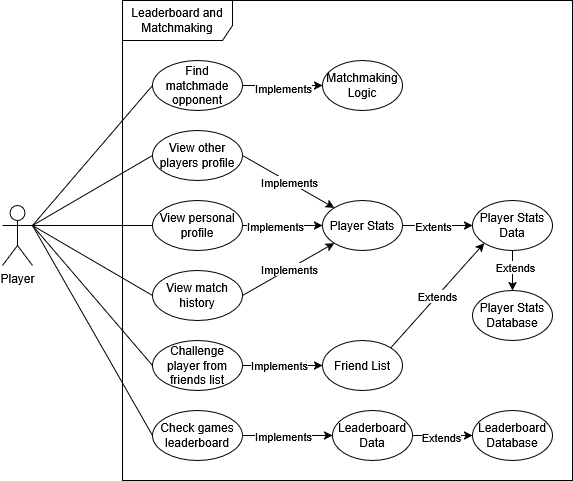
The draw.io diagram Leaderboard and Matchmaking Team Files/LeaderBoardAndMatchmakingUseCaseDiagram.png in kelsierfin/BasicGamingPlatform, before a commit. Source tidied: cells renumbered, new cells last; positions are measured from the earlier drawing's top-left corner, leaving out a move shared by most shapes.
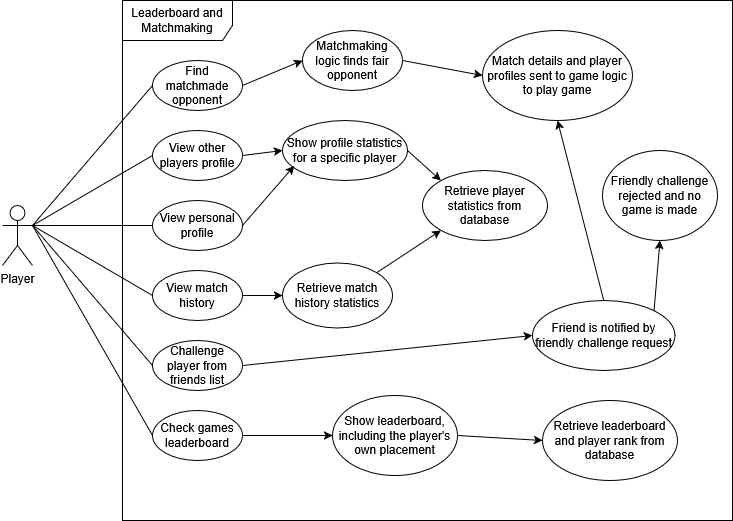
Above is the later version.

Commit message:
Edited the leaderboard and matchmaking use case diagram draw.io files

Diff of the diagram source:
```diff
@@ -3,7 +3,7 @@
     <mxCell id="0" />
     <mxCell id="1" parent="0" />
     <mxCell id="2" value="Leaderboard and Matchmaking" style="shape=umlFrame;whiteSpace=wrap;html=1;width=110;height=40;" parent="1" vertex="1">
-      <mxGeometry x="120" width="450" height="480" as="geometry" />
+      <mxGeometry x="120" width="610" height="520" as="geometry" />
     </mxCell>
     <mxCell id="3" style="rounded=0;jettySize=auto;html=1;exitX=1;exitY=0.3333333333333333;exitDx=0;exitDy=0;exitPerimeter=0;entryX=0;entryY=0.5;entryDx=0;entryDy=0;endArrow=none;startFill=0;" parent="1" edge="1" source="9" target="12">
       <mxGeometry relative="1" as="geometry" />
@@ -26,23 +26,9 @@
     <mxCell id="9" value="Player" style="shape=umlActor;verticalLabelPosition=bottom;verticalAlign=top;html=1;" parent="1" vertex="1">
       <mxGeometry y="205" width="30" height="60" as="geometry" />
     </mxCell>
-    <mxCell id="10" style="edgeStyle=orthogonalEdgeStyle;rounded=0;jettySize=auto;html=1;exitX=1;exitY=0.5;exitDx=0;exitDy=0;entryX=0;entryY=0.5;entryDx=0;entryDy=0;" parent="1" edge="1" source="12" target="22">
-      <mxGeometry relative="1" as="geometry" />
-    </mxCell>
-    <mxCell id="11" value="Implements" style="edgeLabel;html=1;align=center;verticalAlign=middle;" parent="10" vertex="1">
-      <mxGeometry y="-2" relative="1" as="geometry" />
-    </mxCell>
     <mxCell id="12" value="Find matchmade opponent" style="ellipse;whiteSpace=wrap;html=1;" parent="1" vertex="1">
       <mxGeometry x="150" y="60" width="90" height="50" as="geometry" />
     </mxCell>
-    <mxCell id="13" style="edgeStyle=orthogonalEdgeStyle;rounded=0;jettySize=auto;html=1;exitX=1;exitY=0.5;exitDx=0;exitDy=0;entryX=0;entryY=0.5;entryDx=0;entryDy=0;" parent="1" edge="1" source="15" target="25">
-      <mxGeometry relative="1" as="geometry" />
-    </mxCell>
-    <mxCell id="14" value="Implements" style="edgeLabel;html=1;align=center;verticalAlign=middle;" parent="13" vertex="1">
-      <mxGeometry x="0.11" y="4" relative="1" as="geometry">
-        <mxPoint x="-10" y="4" as="offset" />
-      </mxGeometry>
-    </mxCell>
     <mxCell id="15" value="Check games leaderboard&lt;span style=&quot;color: rgba(0, 0, 0, 0); font-family: monospace; font-size: 0px; text-align: start; text-wrap-mode: nowrap;&quot;&gt;%3CmxGraphModel%3E%3Croot%3E%3CmxCell%20id%3D%220%22%2F%3E%3CmxCell%20id%3D%221%22%20parent%3D%220%22%2F%3E%3CmxCell%20id%3D%222%22%20value%3D%22login%22%20style%3D%22ellipse%3BwhiteSpace%3Dwrap%3Bhtml%3D1%3B%22%20vertex%3D%221%22%20parent%3D%221%22%3E%3CmxGeometry%20x%3D%22420%22%20y%3D%22320%22%20width%3D%2290%22%20height%3D%2250%22%20as%3D%22geometry%22%2F%3E%3C%2FmxCell%3E%3C%2Froot%3E%3C%2FmxGraphModel%3E&lt;/span&gt;&lt;span style=&quot;color: rgba(0, 0, 0, 0); font-family: monospace; font-size: 0px; text-align: start; text-wrap-mode: nowrap;&quot;&gt;%3CmxGraphModel%3E%3Croot%3E%3CmxCell%20id%3D%220%22%2F%3E%3CmxCell%20id%3D%221%22%20parent%3D%220%22%2F%3E%3CmxCell%20id%3D%222%22%20value%3D%22login%22%20style%3D%22ellipse%3BwhiteSpace%3Dwrap%3Bhtml%3D1%3B%22%20vertex%3D%221%22%20parent%3D%221%22%3E%3CmxGeometry%20x%3D%22420%22%20y%3D%22320%22%20width%3D%2290%22%20height%3D%2250%22%20as%3D%22geometry%22%2F%3E%3C%2FmxCell%3E%3C%2Froot%3E%3C%2FmxGraphModel%3E&lt;/span&gt;" style="ellipse;whiteSpace=wrap;html=1;" parent="1" vertex="1">
       <mxGeometry x="150" y="410" width="90" height="50" as="geometry" />
     </mxCell>
@@ -55,79 +41,71 @@
     <mxCell id="18" value="Challenge player from friends list" style="ellipse;whiteSpace=wrap;html=1;" parent="1" vertex="1">
       <mxGeometry x="150" y="340" width="90" height="50" as="geometry" />
     </mxCell>
-    <mxCell id="19" style="edgeStyle=orthogonalEdgeStyle;rounded=0;jettySize=auto;html=1;exitX=1;exitY=0.5;exitDx=0;exitDy=0;entryX=0;entryY=0.5;entryDx=0;entryDy=0;" parent="1" edge="1" source="21" target="28">
-      <mxGeometry relative="1" as="geometry" />
-    </mxCell>
-    <mxCell id="20" value="Implements" style="edgeLabel;html=1;align=center;verticalAlign=middle;" parent="19" vertex="1">
-      <mxGeometry x="-0.2" relative="1" as="geometry" />
-    </mxCell>
     <mxCell id="21" value="View personal profile" style="ellipse;whiteSpace=wrap;html=1;" parent="1" vertex="1">
       <mxGeometry x="150" y="200" width="90" height="50" as="geometry" />
     </mxCell>
-    <mxCell id="22" value="Matchmaking Logic" style="ellipse;whiteSpace=wrap;html=1;" parent="1" vertex="1">
-      <mxGeometry x="320" y="60" width="80" height="50" as="geometry" />
+    <mxCell id="22" value="Matchmaking logic finds fair opponent" style="ellipse;whiteSpace=wrap;html=1;" parent="1" vertex="1">
+      <mxGeometry x="300" y="30" width="100" height="60" as="geometry" />
     </mxCell>
-    <mxCell id="23" style="edgeStyle=orthogonalEdgeStyle;rounded=0;jettySize=auto;html=1;exitX=1;exitY=0.5;exitDx=0;exitDy=0;entryX=0;entryY=0.5;entryDx=0;entryDy=0;" parent="1" edge="1" source="25" target="32">
-      <mxGeometry relative="1" as="geometry" />
-    </mxCell>
-    <mxCell id="24" value="Extends" style="edgeLabel;html=1;align=center;verticalAlign=middle;" parent="23" vertex="1">
-      <mxGeometry x="-0.06" y="-1" relative="1" as="geometry" />
-    </mxCell>
-    <mxCell id="25" value="&lt;div&gt;Leaderboard Data&lt;/div&gt;" style="ellipse;whiteSpace=wrap;html=1;" parent="1" vertex="1">
-      <mxGeometry x="330" y="410" width="80" height="50" as="geometry" />
-    </mxCell>
-    <mxCell id="26" style="edgeStyle=orthogonalEdgeStyle;rounded=0;jettySize=auto;html=1;exitX=1;exitY=0.5;exitDx=0;exitDy=0;entryX=0;entryY=0.5;entryDx=0;entryDy=0;" parent="1" edge="1" source="28" target="31">
-      <mxGeometry relative="1" as="geometry" />
-    </mxCell>
-    <mxCell id="27" value="&lt;div&gt;Extents&lt;/div&gt;" style="edgeLabel;html=1;align=center;verticalAlign=middle;" parent="26" vertex="1">
-      <mxGeometry x="-0.13" y="-2" relative="1" as="geometry">
-        <mxPoint y="-2" as="offset" />
-      </mxGeometry>
-    </mxCell>
-    <mxCell id="28" value="Player Stats" style="ellipse;whiteSpace=wrap;html=1;" parent="1" vertex="1">
-      <mxGeometry x="320" y="200" width="80" height="50" as="geometry" />
-    </mxCell>
-    <mxCell id="29" style="edgeStyle=orthogonalEdgeStyle;rounded=0;jettySize=auto;html=1;exitX=0.5;exitY=1;exitDx=0;exitDy=0;entryX=0.5;entryY=0;entryDx=0;entryDy=0;" parent="1" edge="1" source="31" target="33">
-      <mxGeometry relative="1" as="geometry" />
-    </mxCell>
-    <mxCell id="30" value="Extends" style="edgeLabel;html=1;align=center;verticalAlign=middle;" parent="29" vertex="1">
-      <mxGeometry x="-0.2" y="2" relative="1" as="geometry" />
-    </mxCell>
-    <mxCell id="31" value="&lt;div&gt;Player Stats Data&lt;/div&gt;" style="ellipse;whiteSpace=wrap;html=1;" parent="1" vertex="1">
-      <mxGeometry x="470" y="200" width="80" height="50" as="geometry" />
-    </mxCell>
-    <mxCell id="32" value="Leaderboard Database" style="ellipse;whiteSpace=wrap;html=1;" parent="1" vertex="1">
-      <mxGeometry x="470" y="410" width="80" height="50" as="geometry" />
-    </mxCell>
-    <mxCell id="33" value="Player Stats Database" style="ellipse;whiteSpace=wrap;html=1;" parent="1" vertex="1">
-      <mxGeometry x="470" y="290" width="80" height="50" as="geometry" />
-    </mxCell>
-    <mxCell id="34" style="endArrow=classic;html=1;rounded=0;exitX=1;exitY=0.5;exitDx=0;exitDy=0;entryX=0;entryY=0;entryDx=0;entryDy=0;" parent="1" edge="1" source="16" target="28">
-      <mxGeometry relative="1" as="geometry" />
-    </mxCell>
-    <mxCell id="35" value="Implements" style="edgeLabel;html=1;align=center;verticalAlign=middle;" parent="34" vertex="1">
-      <mxGeometry relative="1" as="geometry" />
-    </mxCell>
-    <mxCell id="36" style="endArrow=classic;html=1;rounded=0;exitX=1;exitY=0.5;exitDx=0;exitDy=0;entryX=0;entryY=1;entryDx=0;entryDy=0;" parent="1" edge="1" source="17" target="28">
-      <mxGeometry relative="1" as="geometry" />
-    </mxCell>
-    <mxCell id="37" value="&lt;div&gt;Implements&lt;/div&gt;" style="edgeLabel;html=1;align=center;verticalAlign=middle;" parent="36" vertex="1">
-      <mxGeometry relative="1" as="geometry" />
-    </mxCell>
-    <mxCell id="38" value="&lt;div&gt;Friend List&lt;/div&gt;" style="ellipse;whiteSpace=wrap;html=1;" parent="1" vertex="1">
-      <mxGeometry x="320" y="340" width="80" height="50" as="geometry" />
-    </mxCell>
-    <mxCell id="39" style="edgeStyle=orthogonalEdgeStyle;rounded=0;jettySize=auto;html=1;exitX=1;exitY=0.5;exitDx=0;exitDy=0;entryX=0;entryY=0.5;entryDx=0;entryDy=0;" parent="1" edge="1" source="18" target="38">
-      <mxGeometry relative="1" as="geometry" />
-    </mxCell>
-    <mxCell id="40" value="Implements" style="edgeLabel;html=1;align=center;verticalAlign=middle;" parent="39" vertex="1">
-      <mxGeometry x="-0.1" y="1" relative="1" as="geometry" />
-    </mxCell>
-    <mxCell id="41" style="endArrow=classic;html=1;rounded=0;exitX=1;exitY=0;exitDx=0;exitDy=0;entryX=0;entryY=1;entryDx=0;entryDy=0;" parent="1" edge="1" source="38" target="31">
-      <mxGeometry relative="1" as="geometry" />
-    </mxCell>
-    <mxCell id="42" value="Extends" style="edgeLabel;html=1;align=center;verticalAlign=middle;" parent="41" vertex="1">
-      <mxGeometry relative="1" as="geometry" />
-    </mxCell>
+    <mxCell id="10" style="endArrow=classic;html=1;rounded=0;exitX=1;exitY=0.5;exitDx=0;exitDy=0;entryX=0;entryY=0.5;entryDx=0;entryDy=0;" parent="1" edge="1" source="12" target="22">
+      <mxGeometry relative="1" as="geometry" />
+    </mxCell>
+    <mxCell id="43" style="endArrow=classic;html=1;rounded=0;exitX=1;exitY=0.5;exitDx=0;exitDy=0;entryX=0;entryY=0.5;entryDx=0;entryDy=0;" parent="1" edge="1" source="22" target="44">
+      <mxGeometry relative="1" as="geometry" />
+    </mxCell>
+    <mxCell id="44" value="Match details and player profiles sent to game logic to play game" style="ellipse;whiteSpace=wrap;html=1;" parent="1" vertex="1">
+      <mxGeometry x="480" y="30" width="150" height="90" as="geometry" />
+    </mxCell>
+    <mxCell id="45" value="Show profile statistics for a specific player" style="ellipse;whiteSpace=wrap;html=1;" parent="1" vertex="1">
+      <mxGeometry x="280" y="120" width="125" height="60" as="geometry" />
+    </mxCell>
+    <mxCell id="46" style="endArrow=classic;html=1;rounded=0;exitX=1;exitY=0.5;exitDx=0;exitDy=0;entryX=0;entryY=0.5;entryDx=0;entryDy=0;" parent="1" edge="1" source="16" target="45">
+      <mxGeometry relative="1" as="geometry" />
+    </mxCell>
+    <mxCell id="47" style="endArrow=classic;html=1;rounded=0;exitX=1;exitY=0.5;exitDx=0;exitDy=0;entryX=0.093;entryY=0.756;entryDx=0;entryDy=0;entryPerimeter=0;" parent="1" edge="1" source="21" target="45">
+      <mxGeometry relative="1" as="geometry" />
+    </mxCell>
+    <mxCell id="48" value="Retrieve match history statistics" style="ellipse;whiteSpace=wrap;html=1;" parent="1" vertex="1">
+      <mxGeometry x="280" y="262.5" width="110" height="65" as="geometry" />
+    </mxCell>
+    <mxCell id="49" style="endArrow=classic;html=1;rounded=0;entryX=0;entryY=1;entryDx=0;entryDy=0;exitX=1;exitY=0;exitDx=0;exitDy=0;" parent="1" edge="1" source="48" target="51">
+      <mxGeometry relative="1" as="geometry" />
+    </mxCell>
+    <mxCell id="50" style="endArrow=classic;html=1;rounded=0;exitX=1;exitY=0.5;exitDx=0;exitDy=0;entryX=0;entryY=0.5;entryDx=0;entryDy=0;" parent="1" edge="1" source="17" target="48">
+      <mxGeometry relative="1" as="geometry" />
+    </mxCell>
+    <mxCell id="51" value="Retrieve player statistics from database" style="ellipse;whiteSpace=wrap;html=1;" parent="1" vertex="1">
+      <mxGeometry x="420" y="170" width="125" height="70" as="geometry" />
+    </mxCell>
+    <mxCell id="52" style="endArrow=classic;html=1;rounded=0;exitX=1;exitY=0.5;exitDx=0;exitDy=0;entryX=0;entryY=0;entryDx=0;entryDy=0;" parent="1" edge="1" source="45" target="51">
+      <mxGeometry relative="1" as="geometry" />
+    </mxCell>
+    <mxCell id="53" value="Friend is notified by friendly challenge request" style="ellipse;whiteSpace=wrap;html=1;" parent="1" vertex="1">
+      <mxGeometry x="530" y="300" width="142.5" height="70" as="geometry" />
+    </mxCell>
+    <mxCell id="54" style="endArrow=classic;html=1;rounded=0;exitX=1;exitY=0.5;exitDx=0;exitDy=0;entryX=0;entryY=0.5;entryDx=0;entryDy=0;" parent="1" edge="1" source="18" target="53">
+      <mxGeometry relative="1" as="geometry" />
+    </mxCell>
+    <mxCell id="55" style="endArrow=classic;html=1;rounded=0;exitX=0.5;exitY=0;exitDx=0;exitDy=0;entryX=0.5;entryY=1;entryDx=0;entryDy=0;" parent="1" edge="1" source="53" target="44">
+      <mxGeometry relative="1" as="geometry" />
+    </mxCell>
+    <mxCell id="56" value="Friendly challenge rejected and no game is made" style="ellipse;whiteSpace=wrap;html=1;" parent="1" vertex="1">
+      <mxGeometry x="600" y="150" width="115" height="90" as="geometry" />
+    </mxCell>
+    <mxCell id="57" style="endArrow=classic;html=1;rounded=0;exitX=1;exitY=0;exitDx=0;exitDy=0;entryX=0.5;entryY=1;entryDx=0;entryDy=0;" parent="1" edge="1" source="53" target="56">
+      <mxGeometry relative="1" as="geometry" />
+    </mxCell>
+    <mxCell id="58" value="Show leaderboard, including the player's own placement" style="ellipse;whiteSpace=wrap;html=1;" parent="1" vertex="1">
+      <mxGeometry x="330" y="395" width="125" height="80" as="geometry" />
+    </mxCell>
+    <mxCell id="59" style="endArrow=classic;html=1;rounded=0;exitX=1;exitY=0.5;exitDx=0;exitDy=0;entryX=0;entryY=0.5;entryDx=0;entryDy=0;" parent="1" edge="1" source="15" target="58">
+      <mxGeometry relative="1" as="geometry" />
+    </mxCell>
+    <mxCell id="60" value="Retrieve leaderboard and player rank from database" style="ellipse;whiteSpace=wrap;html=1;" parent="1" vertex="1">
+      <mxGeometry x="540" y="400" width="135" height="80" as="geometry" />
+    </mxCell>
+    <mxCell id="61" style="endArrow=classic;html=1;rounded=0;exitX=1;exitY=0.5;exitDx=0;exitDy=0;entryX=0;entryY=0.5;entryDx=0;entryDy=0;" parent="1" edge="1" source="58" target="60">
+      <mxGeometry relative="1" as="geometry" />
+    </mxCell>
   </root>
 </mxGraphModel>
```
